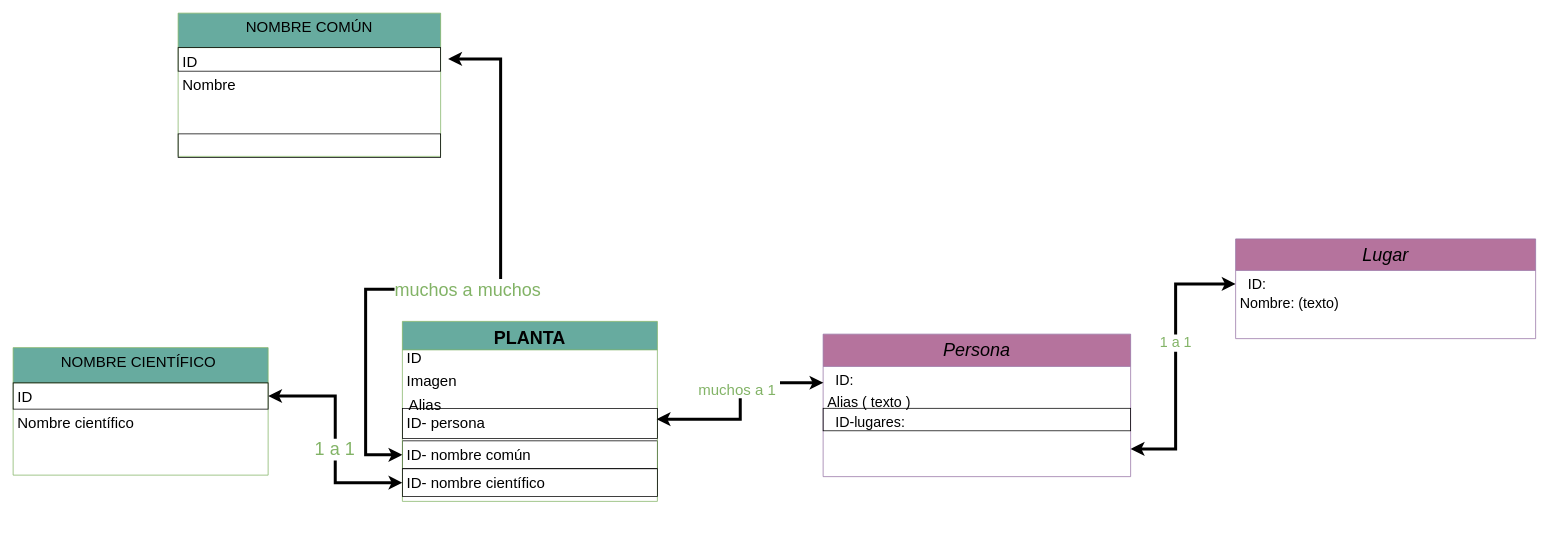
mjespinosam/botsque-doc keeps this draw.io diagram as page "BD" (3 of 8) of Esquemas/BD-botsque.drawio. Above is the earlier version. Source tidied: cells renumbered, new cells numbered last; positions are measured from the earlier drawing's top-left corner, leaving out a move shared by most shapes. Both pictures are drawn from the tidied source at 75%, with x=0, y=0 at pixel (13, 13).
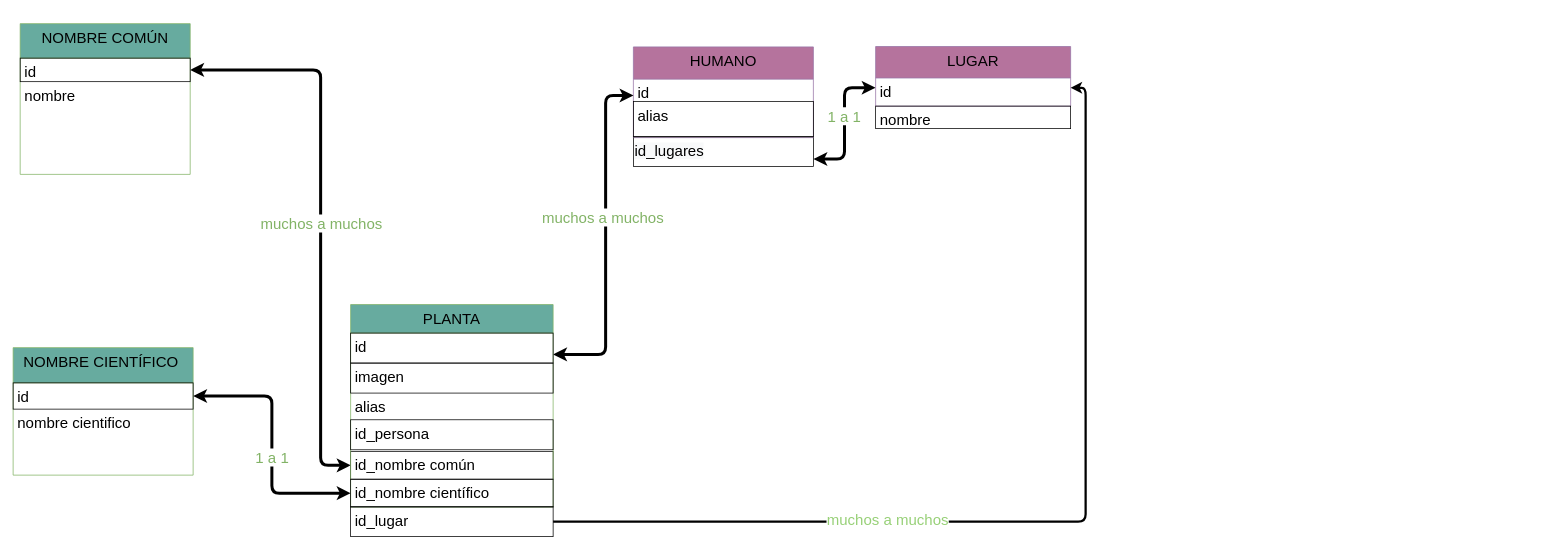
Above is the later version.

Change to the diagram source:
```diff
@@
     <mxCell id="2" style="edgeStyle=orthogonalEdgeStyle;orthogonalLoop=1;jettySize=auto;html=1;startArrow=none;startFill=0;endArrow=none;endFill=0;strokeColor=#67AB9F;strokeWidth=4;fontFamily=Epilogue;fontSize=20;fontColor=#82B366;dashed=1;dashPattern=1 1;curved=1;" parent="1" edge="1">
       <mxGeometry relative="1" as="geometry">
-        <mxPoint x="725.6" y="883" as="sourcePoint" />
+        <mxPoint x="575.6" y="1526" as="sourcePoint" />
         <Array as="points">
-          <mxPoint x="725" y="701" />
-          <mxPoint x="40" y="701" />
+          <mxPoint x="575" y="1344" />
+          <mxPoint x="-110" y="1344" />
         </Array>
       </mxGeometry>
     </mxCell>
-    <mxCell id="3" value="Persona" style="swimlane;fontStyle=2;align=center;verticalAlign=top;horizontal=1;startSize=43;rounded=0;shadow=0;strokeWidth=1;fillColor=#B5739D;strokeColor=#9673a6;fontSize=24;" parent="1" vertex="1">
-      <mxGeometry x="1080" y="428" width="410" height="190" as="geometry" />
-    </mxCell>
-    <mxCell id="4" value="  ID: " style="text;align=left;verticalAlign=top;spacingLeft=4;spacingRight=4;overflow=hidden;points=[[0,0.5],[1,0.5]];portConstraint=eastwest;fillColor=none;fontSize=19;" parent="3" vertex="1">
-      <mxGeometry y="43" width="410" height="29.9" as="geometry" />
-    </mxCell>
-    <mxCell id="5" value="Alias ( texto )  " style="text;align=left;verticalAlign=top;spacingLeft=4;spacingRight=4;overflow=hidden;fillColor=none;fontSize=19;" parent="3" vertex="1">
-      <mxGeometry y="72.9" width="410" height="26" as="geometry" />
-    </mxCell>
-    <mxCell id="6" style="edgeStyle=orthogonalEdgeStyle;jettySize=auto;html=1;startArrow=classic;startFill=1;endArrow=classic;endFill=1;strokeColor=#000000;strokeWidth=4;fontFamily=Epilogue;fontSize=14;fontColor=#82B366;rounded=0;exitX=0.001;exitY=0.73;exitDx=0;exitDy=0;exitPerimeter=0;entryX=0.997;entryY=0.359;entryDx=0;entryDy=0;entryPerimeter=0;" parent="1" edge="1" source="4" target="28">
-      <mxGeometry relative="1" as="geometry" />
-    </mxCell>
-    <mxCell id="7" value="muchos a 1&amp;nbsp;" style="edgeLabel;html=1;align=center;verticalAlign=middle;fontSize=20;fontFamily=Epilogue;fontColor=#82B366;" parent="6" vertex="1">
-      <mxGeometry x="-0.12" y="-2" relative="1" as="geometry" />
-    </mxCell>
-    <mxCell id="8" style="edgeStyle=orthogonalEdgeStyle;rounded=0;jettySize=auto;html=1;startArrow=classic;startFill=1;endArrow=classic;endFill=1;strokeColor=#000000;strokeWidth=4;fontFamily=Epilogue;fontSize=14;fontColor=#82B366;" parent="1" edge="1" target="31">
-      <mxGeometry relative="1" as="geometry">
-        <mxPoint x="1490" y="581" as="sourcePoint" />
-        <Array as="points">
-          <mxPoint x="1550" y="581" />
-          <mxPoint x="1550" y="361" />
-        </Array>
-      </mxGeometry>
-    </mxCell>
-    <mxCell id="9" value="1 a 1" style="edgeLabel;html=1;align=center;verticalAlign=middle;fontSize=19;fontFamily=Epilogue;fontColor=#82B366;" parent="8" vertex="1">
-      <mxGeometry x="0.12" y="1" relative="1" as="geometry" />
-    </mxCell>
-    <mxCell id="10" style="edgeStyle=orthogonalEdgeStyle;rounded=0;jettySize=auto;html=1;startArrow=classic;startFill=1;endArrow=classic;endFill=1;strokeColor=#000000;strokeWidth=4;fontFamily=Epilogue;fontSize=24;fontColor=#82B366;" parent="1" edge="1" source="18">
-      <mxGeometry relative="1" as="geometry">
-        <mxPoint x="580" y="61" as="targetPoint" />
-        <Array as="points">
-          <mxPoint x="470" y="589" />
-          <mxPoint x="470" y="368" />
-          <mxPoint x="650" y="368" />
-          <mxPoint x="650" y="61" />
-        </Array>
-      </mxGeometry>
-    </mxCell>
-    <mxCell id="11" value="muchos a muchos" style="edgeLabel;html=1;align=center;verticalAlign=middle;fontSize=24;fontFamily=Epilogue;fontColor=#82B366;" parent="10" vertex="1">
-      <mxGeometry x="-0.02" relative="1" as="geometry" />
-    </mxCell>
-    <mxCell id="12" style="edgeStyle=orthogonalEdgeStyle;rounded=0;jettySize=auto;html=1;entryX=1;entryY=0.5;entryDx=0;entryDy=0;startArrow=classic;startFill=1;endArrow=classic;endFill=1;strokeColor=#000000;strokeWidth=4;fontFamily=Epilogue;fontSize=24;fontColor=#82B366;" parent="1" edge="1" source="29" target="15">
-      <mxGeometry relative="1" as="geometry" />
-    </mxCell>
-    <mxCell id="13" value="1 a 1&amp;nbsp;" style="edgeLabel;html=1;align=center;verticalAlign=middle;fontSize=24;fontFamily=Epilogue;fontColor=#82B366;" parent="12" vertex="1">
-      <mxGeometry x="-0.09" y="-2" relative="1" as="geometry" />
-    </mxCell>
+    <mxCell id="40" style="edgeStyle=orthogonalEdgeStyle;jettySize=auto;html=1;startArrow=classic;startFill=1;endArrow=classic;endFill=1;strokeColor=#000000;strokeWidth=4;fontFamily=Epilogue;fontSize=20;fontColor=#82B366;rounded=1;exitX=0.001;exitY=0.73;exitDx=0;exitDy=0;exitPerimeter=0;entryX=1;entryY=0.711;entryDx=0;entryDy=0;fontStyle=0;entryPerimeter=0;" parent="1" edge="1" source="64" target="51">
+      <mxGeometry relative="1" as="geometry">
+        <Array as="points">
+          <mxPoint x="790" y="110" />
+          <mxPoint x="790" y="455" />
+        </Array>
+      </mxGeometry>
+    </mxCell>
+    <mxCell id="41" value="muchos a muchos&amp;nbsp;" style="edgeLabel;html=1;align=center;verticalAlign=middle;fontSize=20;fontFamily=Epilogue;fontColor=#82B366;fontStyle=0;" parent="40" vertex="1">
+      <mxGeometry x="-0.12" y="-2" relative="1" as="geometry" />
+    </mxCell>
+    <mxCell id="42" style="edgeStyle=orthogonalEdgeStyle;rounded=1;jettySize=auto;html=1;startArrow=classic;startFill=1;endArrow=classic;endFill=1;strokeColor=#000000;strokeWidth=4;fontFamily=Epilogue;fontSize=20;fontColor=#82B366;exitX=1;exitY=0.75;exitDx=0;exitDy=0;fontStyle=0;" parent="1" edge="1" source="59" target="67">
+      <mxGeometry relative="1" as="geometry" />
+    </mxCell>
+    <mxCell id="43" value="1 a 1" style="edgeLabel;html=1;align=center;verticalAlign=middle;fontSize=20;fontFamily=Epilogue;fontColor=#82B366;fontStyle=0;" parent="42" vertex="1">
+      <mxGeometry x="0.12" y="1" relative="1" as="geometry" />
+    </mxCell>
+    <mxCell id="44" style="edgeStyle=orthogonalEdgeStyle;rounded=1;jettySize=auto;html=1;startArrow=classic;startFill=1;endArrow=classic;endFill=1;strokeColor=#000000;strokeWidth=4;fontFamily=Epilogue;fontSize=20;fontColor=#82B366;entryX=1;entryY=0.5;entryDx=0;entryDy=0;fontStyle=0;" parent="1" edge="1" source="49" target="57">
+      <mxGeometry relative="1" as="geometry">
+        <Array as="points">
+          <mxPoint x="410" y="603" />
+          <mxPoint x="410" y="76" />
+        </Array>
+      </mxGeometry>
+    </mxCell>
+    <mxCell id="45" value="muchos a muchos" style="edgeLabel;html=1;align=center;verticalAlign=middle;fontSize=20;fontFamily=Epilogue;fontColor=#82B366;fontStyle=0;" parent="44" vertex="1">
+      <mxGeometry x="-0.02" relative="1" as="geometry" />
+    </mxCell>
+    <mxCell id="46" style="edgeStyle=orthogonalEdgeStyle;rounded=1;jettySize=auto;html=1;entryX=1;entryY=0.5;entryDx=0;entryDy=0;startArrow=classic;startFill=1;endArrow=classic;endFill=1;strokeColor=#000000;strokeWidth=4;fontFamily=Epilogue;fontSize=20;fontColor=#82B366;fontStyle=0;" parent="1" edge="1" source="54" target="61">
+      <mxGeometry relative="1" as="geometry" />
+    </mxCell>
+    <mxCell id="47" value="1 a 1&amp;nbsp;" style="edgeLabel;html=1;align=center;verticalAlign=middle;fontSize=20;fontFamily=Epilogue;fontColor=#82B366;fontStyle=0;" parent="46" vertex="1">
+      <mxGeometry x="-0.09" y="-2" relative="1" as="geometry" />
+    </mxCell>
+    <mxCell id="48" style="group;fontFamily=Epilogue;fontSize=20;fontStyle=0;" parent="1" vertex="1">
+      <mxGeometry x="450" y="425" width="270" height="240" as="geometry" />
+    </mxCell>
+    <mxCell id="49" value="id_nombre común" style="text;align=left;verticalAlign=top;spacingLeft=4;spacingRight=4;overflow=hidden;points=[[0,0.5],[1,0.5]];portConstraint=eastwest;rounded=0;shadow=0;html=0;fontSize=20;strokeColor=#000000;fontFamily=Epilogue;fontStyle=0;" parent="48" vertex="1">
+      <mxGeometry y="159.3" width="270" height="37.2" as="geometry" />
+    </mxCell>
+    <mxCell id="50" style="group;fontFamily=Epilogue;fontSize=20;fontStyle=0;" parent="48" vertex="1">
+      <mxGeometry width="270" height="240" as="geometry" />
+    </mxCell>
+    <mxCell id="20" value="PLANTA" style="swimlane;fontStyle=0;align=center;verticalAlign=top;horizontal=1;startSize=38;rounded=0;shadow=0;strokeWidth=1;fillColor=#67AB9F;strokeColor=#82b366;fontSize=20;fontFamily=Epilogue;" parent="50" vertex="1">
+      <mxGeometry y="-36.4" width="270" height="270" as="geometry" />
+    </mxCell>
+    <mxCell id="51" value="id" style="text;align=left;verticalAlign=top;spacingLeft=4;spacingRight=4;overflow=hidden;points=[[0,0.5],[1,0.5]];portConstraint=eastwest;rounded=0;shadow=0;html=0;fontSize=20;strokeColor=#000000;fontFamily=Epilogue;fontStyle=0;" parent="20" vertex="1">
+      <mxGeometry y="38" width="270" height="40" as="geometry" />
+    </mxCell>
+    <mxCell id="52" value="imagen" style="text;align=left;verticalAlign=top;spacingLeft=4;spacingRight=4;overflow=hidden;rounded=0;shadow=0;html=0;fontSize=20;strokeColor=#000000;fontFamily=Epilogue;fontStyle=0;" parent="20" vertex="1">
+      <mxGeometry y="78" width="270" height="40" as="geometry" />
+    </mxCell>
+    <mxCell id="53" value="alias" style="text;align=left;verticalAlign=top;spacingLeft=4;spacingRight=4;overflow=hidden;rounded=0;shadow=0;html=0;fontSize=20;strokeColor=none;fontFamily=Epilogue;fontStyle=0;" parent="20" vertex="1">
+      <mxGeometry y="118" width="270" height="40" as="geometry" />
+    </mxCell>
+    <mxCell id="54" value="id_nombre científico" style="text;align=left;verticalAlign=top;spacingLeft=4;spacingRight=4;overflow=hidden;points=[[0,0.5],[1,0.5]];portConstraint=eastwest;rounded=0;shadow=0;html=0;fontSize=20;strokeColor=#000000;fontFamily=Epilogue;fontStyle=0;" parent="50" vertex="1">
+      <mxGeometry y="196.4" width="270" height="37.2" as="geometry" />
+    </mxCell>
+    <mxCell id="55" style="group;fontFamily=Epilogue;fontSize=20;fontStyle=0;" parent="1" vertex="1">
+      <mxGeometry y="15" width="340" height="219" as="geometry" />
+    </mxCell>
+    <mxCell id="56" style="group;fontFamily=Epilogue;fontSize=20;fontStyle=0;" parent="55" vertex="1">
+      <mxGeometry width="340" height="219" as="geometry" />
+    </mxCell>
+    <mxCell id="36" value="NOMBRE COMÚN" style="swimlane;fontStyle=0;align=center;verticalAlign=top;horizontal=1;startSize=46;rounded=0;shadow=0;strokeWidth=1;fillColor=#67AB9F;strokeColor=#82b366;fontSize=20;fontFamily=Epilogue;" parent="56" vertex="1">
+      <mxGeometry x="9.4" y="-1" width="226.7" height="201" as="geometry" />
+    </mxCell>
+    <mxCell id="57" value="id" style="text;align=left;verticalAlign=top;spacingLeft=4;spacingRight=4;overflow=hidden;points=[[0,0.5],[1,0.5]];portConstraint=eastwest;rounded=0;shadow=0;html=0;fontSize=20;strokeColor=#000000;fontFamily=Epilogue;fontStyle=0;" parent="36" vertex="1">
+      <mxGeometry y="46" width="226.7" height="31.4" as="geometry" />
+    </mxCell>
+    <mxCell id="58" value="nombre" style="text;align=left;verticalAlign=top;spacingLeft=4;spacingRight=4;overflow=hidden;fontSize=20;fontFamily=Epilogue;fontStyle=0;" parent="36" vertex="1">
+      <mxGeometry y="77.4" width="226.7" height="42.6" as="geometry" />
+    </mxCell>
+    <mxCell id="59" value="&lt;span style=&quot;font-size: 20px ; font-style: normal ; letter-spacing: normal ; text-align: left ; text-indent: 0px ; text-transform: none ; word-spacing: 0px ; background-color: rgb(248 , 249 , 250) ; float: none ; display: inline&quot;&gt;id_lugares&lt;/span&gt;" style="text;whiteSpace=wrap;html=1;strokeColor=#000000;fontFamily=Epilogue;fontSize=20;fontStyle=0;" parent="1" vertex="1">
+      <mxGeometry x="827" y="164.5" width="240" height="40" as="geometry" />
+    </mxCell>
+    <mxCell id="60" value="id_persona" style="text;align=left;verticalAlign=top;spacingLeft=4;spacingRight=4;overflow=hidden;rounded=0;shadow=0;html=0;fontSize=20;strokeColor=#000000;fontFamily=Epilogue;fontStyle=0;" parent="1" vertex="1">
+      <mxGeometry x="450" y="542.2" width="270" height="40" as="geometry" />
+    </mxCell>
-    <mxCell id="14" value="NOMBRE CIENTÍFICO " style="swimlane;fontStyle=0;align=center;verticalAlign=top;horizontal=1;startSize=47;rounded=0;shadow=0;strokeWidth=1;fillColor=#67AB9F;strokeColor=#82b366;fontSize=20;" parent="1" vertex="1">
-      <mxGeometry y="446" width="340" height="170" as="geometry" />
+    <mxCell id="14" value="NOMBRE CIENTÍFICO " style="swimlane;fontStyle=0;align=center;verticalAlign=top;horizontal=1;startSize=47;rounded=0;shadow=0;strokeWidth=1;fillColor=#67AB9F;strokeColor=#82b366;fontSize=20;fontFamily=Epilogue;" parent="1" vertex="1">
+      <mxGeometry y="446" width="240" height="170" as="geometry" />
     </mxCell>
-    <mxCell id="15" value="ID" style="text;align=left;verticalAlign=top;spacingLeft=4;spacingRight=4;overflow=hidden;points=[[0,0.5],[1,0.5]];portConstraint=eastwest;rounded=0;shadow=0;html=0;fontSize=20;strokeColor=#000000;" parent="14" vertex="1">
-      <mxGeometry y="47" width="340" height="35" as="geometry" />
-    </mxCell>
-    <mxCell id="16" value="Nombre científico" style="text;align=left;verticalAlign=top;spacingLeft=4;spacingRight=4;overflow=hidden;fontSize=20;" parent="14" vertex="1">
-      <mxGeometry y="82" width="340" height="26" as="geometry" />
-    </mxCell>
-    <mxCell id="17" style="group;" parent="1" vertex="1">
-      <mxGeometry x="519" y="411" width="340" height="240" as="geometry" />
-    </mxCell>
-    <mxCell id="18" value="ID- nombre común" style="text;align=left;verticalAlign=top;spacingLeft=4;spacingRight=4;overflow=hidden;points=[[0,0.5],[1,0.5]];portConstraint=eastwest;rounded=0;shadow=0;html=0;fontSize=20;strokeColor=#000000;" parent="17" vertex="1">
-      <mxGeometry y="159.3" width="340" height="37.2" as="geometry" />
-    </mxCell>
-    <mxCell id="19" style="group;" parent="17" vertex="1">
-      <mxGeometry width="340" height="240" as="geometry" />
-    </mxCell>
-    <mxCell id="20" value="PLANTA" style="swimlane;fontStyle=1;align=center;verticalAlign=top;horizontal=1;startSize=38;rounded=0;shadow=0;strokeWidth=1;fillColor=#67AB9F;strokeColor=#82b366;fontSize=24;" parent="19" vertex="1">
-      <mxGeometry width="340" height="240" as="geometry" />
-    </mxCell>
-    <mxCell id="21" style="group;" parent="20" vertex="1">
-      <mxGeometry y="38" width="340" height="118" as="geometry" />
-    </mxCell>
-    <mxCell id="22" style="group;" parent="21" vertex="1">
-      <mxGeometry width="340" height="87" as="geometry" />
-    </mxCell>
-    <mxCell id="23" style="group;" parent="22" vertex="1">
-      <mxGeometry width="340" height="87" as="geometry" />
-    </mxCell>
-    <mxCell id="24" value="ID" style="text;align=left;verticalAlign=top;spacingLeft=4;spacingRight=4;overflow=hidden;rounded=0;shadow=0;html=0;fontSize=20;" parent="23" vertex="1">
-      <mxGeometry y="-8" width="340" height="35" as="geometry" />
-    </mxCell>
-    <mxCell id="25" value="Imagen" style="text;align=left;verticalAlign=top;spacingLeft=4;spacingRight=4;overflow=hidden;fontSize=20;" parent="23" vertex="1">
-      <mxGeometry y="22" width="340" height="26" as="geometry" />
-    </mxCell>
-    <mxCell id="26" value="&lt;font color=&quot;#000000&quot;&gt;Alias&lt;/font&gt;" style="text;html=1;align=center;verticalAlign=middle;fontSize=20;fontFamily=Epilogue;fontColor=#82B366;" parent="23" vertex="1">
-      <mxGeometry y="57" width="60" height="30" as="geometry" />
-    </mxCell>
-    <mxCell id="27" style="group;" parent="21" vertex="1">
-      <mxGeometry y="78" width="340" height="40" as="geometry" />
-    </mxCell>
-    <mxCell id="28" value="ID- persona" style="text;align=left;verticalAlign=top;spacingLeft=4;spacingRight=4;overflow=hidden;points=[[0,0.5],[1,0.5]];portConstraint=eastwest;rounded=0;shadow=0;html=0;fontSize=20;strokeColor=#000000;" parent="27" vertex="1">
-      <mxGeometry width="340" height="40" as="geometry" />
-    </mxCell>
-    <mxCell id="29" value="ID- nombre científico" style="text;align=left;verticalAlign=top;spacingLeft=4;spacingRight=4;overflow=hidden;points=[[0,0.5],[1,0.5]];portConstraint=eastwest;rounded=0;shadow=0;html=0;fontSize=20;strokeColor=#000000;" parent="19" vertex="1">
-      <mxGeometry y="196.4" width="340" height="37.2" as="geometry" />
-    </mxCell>
-    <mxCell id="30" value="Lugar" style="swimlane;fontStyle=2;align=center;verticalAlign=top;horizontal=1;startSize=42;rounded=0;shadow=0;strokeWidth=1;fillColor=#B5739D;strokeColor=#9673a6;fontSize=24;" parent="1" vertex="1">
-      <mxGeometry x="1630" y="301" width="400" height="133" as="geometry" />
-    </mxCell>
-    <mxCell id="31" value="  ID:  " style="text;align=left;verticalAlign=top;spacingLeft=4;spacingRight=4;overflow=hidden;points=[[0,0.5],[1,0.5]];portConstraint=eastwest;fillColor=none;fontSize=19;" parent="30" vertex="1">
-      <mxGeometry y="42" width="400" height="26" as="geometry" />
-    </mxCell>
-    <mxCell id="32" value="Nombre: (texto) " style="text;align=left;verticalAlign=top;spacingLeft=4;spacingRight=4;overflow=hidden;fillColor=none;fontSize=19;" parent="30" vertex="1">
-      <mxGeometry y="68" width="400" height="26" as="geometry" />
-    </mxCell>
-    <mxCell id="33" value="  ID-lugares:  " style="text;align=left;verticalAlign=top;spacingLeft=4;spacingRight=4;overflow=hidden;fillColor=none;fontSize=19;strokeColor=#000000;" parent="1" vertex="1">
-      <mxGeometry x="1080" y="526.9" width="410" height="30" as="geometry" />
-    </mxCell>
-    <mxCell id="34" style="group;" parent="1" vertex="1">
-      <mxGeometry x="210" y="1" width="360" height="219" as="geometry" />
-    </mxCell>
-    <mxCell id="35" style="group;" parent="34" vertex="1">
-      <mxGeometry width="360" height="219" as="geometry" />
-    </mxCell>
-    <mxCell id="36" value="NOMBRE COMÚN" style="swimlane;fontStyle=0;align=center;verticalAlign=top;horizontal=1;startSize=46;rounded=0;shadow=0;strokeWidth=1;fillColor=#67AB9F;strokeColor=#82b366;fontSize=20;" parent="35" vertex="1">
-      <mxGeometry x="10" y="-1" width="350" height="191" as="geometry" />
-    </mxCell>
-    <mxCell id="37" value="ID" style="text;align=left;verticalAlign=top;spacingLeft=4;spacingRight=4;overflow=hidden;rounded=0;shadow=0;html=0;fontSize=20;strokeColor=#000000;" parent="36" vertex="1">
-      <mxGeometry y="46" width="350" height="31.4" as="geometry" />
-    </mxCell>
-    <mxCell id="38" value="Nombre" style="text;align=left;verticalAlign=top;spacingLeft=4;spacingRight=4;overflow=hidden;fontSize=20;" parent="36" vertex="1">
-      <mxGeometry y="77.4" width="350" height="42.6" as="geometry" />
-    </mxCell>
-    <mxCell id="39" style="text;align=left;verticalAlign=top;spacingLeft=4;spacingRight=4;overflow=hidden;rounded=0;shadow=0;html=0;fontSize=20;strokeColor=#000000;" parent="34" vertex="1">
-      <mxGeometry x="10" y="160" width="350" height="31.4" as="geometry" />
-    </mxCell>
+    <mxCell id="61" value="id" style="text;align=left;verticalAlign=top;spacingLeft=4;spacingRight=4;overflow=hidden;points=[[0,0.5],[1,0.5]];portConstraint=eastwest;rounded=0;shadow=0;html=0;fontSize=20;strokeColor=#000000;fontFamily=Epilogue;fontStyle=0;" parent="14" vertex="1">
+      <mxGeometry y="47" width="240" height="35" as="geometry" />
+    </mxCell>
+    <mxCell id="62" value="nombre cientifico" style="text;align=left;verticalAlign=top;spacingLeft=4;spacingRight=4;overflow=hidden;fontSize=20;fontFamily=Epilogue;fontStyle=0;" parent="14" vertex="1">
+      <mxGeometry y="82" width="240" height="26" as="geometry" />
+    </mxCell>
+    <mxCell id="63" value="HUMANO" style="swimlane;fontStyle=0;align=center;verticalAlign=top;horizontal=1;startSize=43;rounded=0;shadow=0;strokeWidth=1;fillColor=#B5739D;strokeColor=#9673a6;fontSize=20;fontFamily=Epilogue;" parent="1" vertex="1">
+      <mxGeometry x="827" y="45" width="240" height="121" as="geometry" />
+    </mxCell>
+    <mxCell id="64" value="id" style="text;align=left;verticalAlign=top;spacingLeft=4;spacingRight=4;overflow=hidden;points=[[0,0.5],[1,0.5]];portConstraint=eastwest;fillColor=none;fontSize=20;fontFamily=Epilogue;fontStyle=0;" parent="63" vertex="1">
+      <mxGeometry y="43" width="240" height="29.9" as="geometry" />
+    </mxCell>
+    <mxCell id="65" value="alias" style="text;align=left;verticalAlign=top;spacingLeft=4;spacingRight=4;overflow=hidden;fillColor=none;fontSize=20;fontFamily=Epilogue;fontStyle=0;strokeColor=#000000;" parent="63" vertex="1">
+      <mxGeometry y="72.9" width="240" height="47.1" as="geometry" />
+    </mxCell>
+    <mxCell id="66" value="LUGAR" style="swimlane;fontStyle=0;align=center;verticalAlign=top;horizontal=1;startSize=42;rounded=0;shadow=0;strokeWidth=1;fillColor=#B5739D;strokeColor=#9673a6;fontSize=20;fontFamily=Epilogue;" parent="1" vertex="1">
+      <mxGeometry x="1150" y="44.5" width="260" height="79.5" as="geometry" />
+    </mxCell>
+    <mxCell id="67" value="id" style="text;align=left;verticalAlign=top;spacingLeft=4;spacingRight=4;overflow=hidden;points=[[0,0.5],[1,0.5]];portConstraint=eastwest;fillColor=none;fontSize=20;strokeColor=none;fontFamily=Epilogue;fontStyle=0;" parent="66" vertex="1">
+      <mxGeometry y="42" width="260" height="26" as="geometry" />
+    </mxCell>
+    <mxCell id="68" style="edgeStyle=orthogonalEdgeStyle;rounded=1;jettySize=auto;html=1;entryX=1;entryY=0.5;entryDx=0;entryDy=0;fontFamily=Epilogue;fontSize=20;strokeWidth=3;" parent="1" edge="1" source="70" target="67">
+      <mxGeometry relative="1" as="geometry" />
+    </mxCell>
+    <mxCell id="69" value="&lt;font color=&quot;#97d077&quot;&gt;muchos a muchos&lt;/font&gt;" style="edgeLabel;html=1;align=center;verticalAlign=middle;fontSize=20;fontFamily=Epilogue;" parent="68" vertex="1">
+      <mxGeometry x="-0.32" y="4" relative="1" as="geometry" />
+    </mxCell>
+    <mxCell id="70" value="id_lugar" style="text;align=left;verticalAlign=top;spacingLeft=4;spacingRight=4;overflow=hidden;points=[[0,0.5],[1,0.5]];portConstraint=eastwest;rounded=0;shadow=0;html=0;fontSize=20;strokeColor=#000000;fontFamily=Epilogue;fontStyle=0;" parent="1" vertex="1">
+      <mxGeometry x="450" y="658" width="270" height="40" as="geometry" />
+    </mxCell>
+    <mxCell id="71" value="nombre" style="text;align=left;verticalAlign=top;spacingLeft=4;spacingRight=4;overflow=hidden;fillColor=none;fontSize=20;fontFamily=Epilogue;fontStyle=0;strokeColor=#000000;" parent="1" vertex="1">
+      <mxGeometry x="1150" y="124" width="260" height="30" as="geometry" />
+    </mxCell>
```
